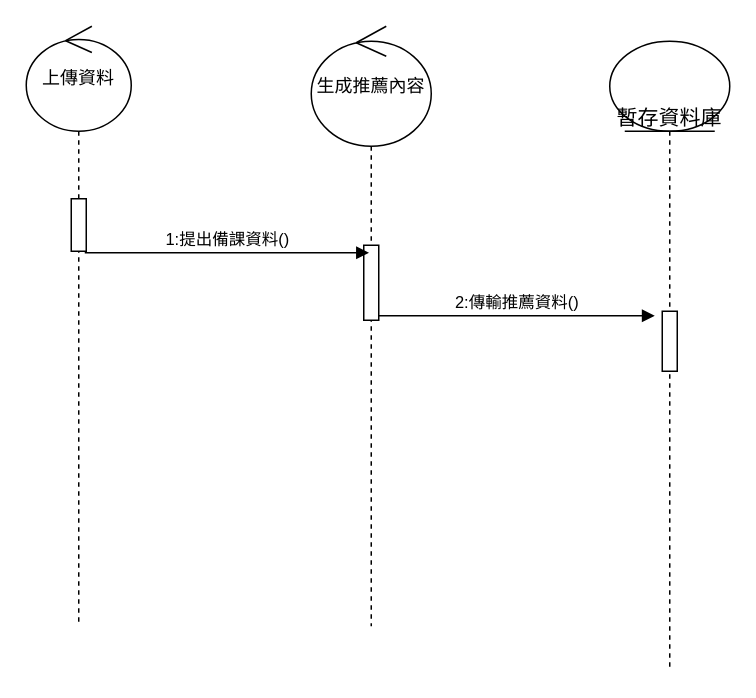
Above: page "老師身分" (1 of 2) of 循序圖(建議資料).drawio in Kevincheng0804/System-analysis (draw.io), before the change. Source tidied: cells renumbered, new cells numbered last; positions are measured from the earlier drawing's top-left corner, leaving out a move shared by most shapes. Both pictures are drawn from the tidied source at 150%, with x=0, y=0 at pixel (26, 26).
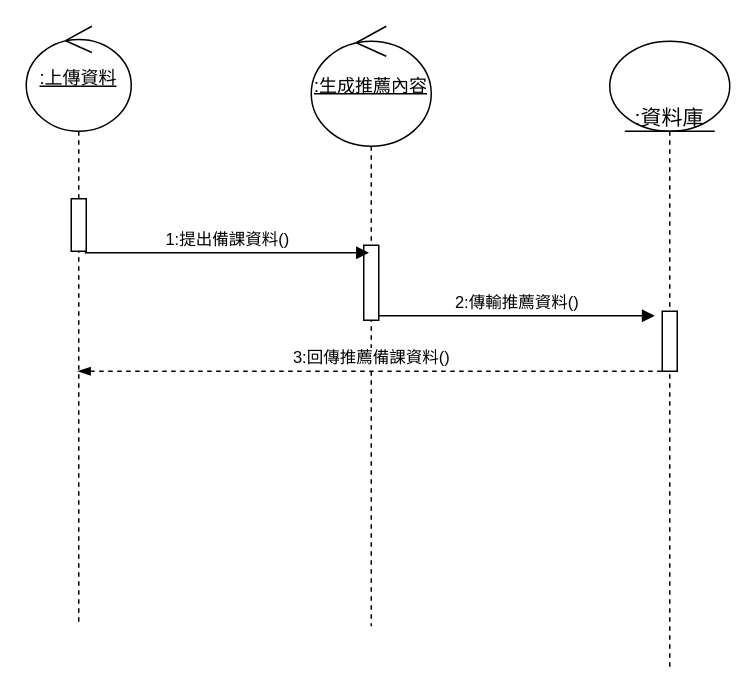
After the change.

Change to the diagram source:
```diff
@@
 <mxGraphModel>
   <root>
     <mxCell id="0" />
     <mxCell id="1" parent="0" />
-    <mxCell id="2" value="上傳資料" style="shape=umlLifeline;perimeter=lifelinePerimeter;whiteSpace=wrap;html=1;outlineConnect=0;portConstraint=eastwest;newEdgeStyle={&quot;curved&quot;:0,&quot;rounded&quot;:0};participant=umlControl;size=70;" parent="1" vertex="1">
+    <mxCell id="2" value="&lt;u&gt;:上傳資料&lt;/u&gt;" style="shape=umlLifeline;perimeter=lifelinePerimeter;whiteSpace=wrap;html=1;outlineConnect=0;portConstraint=eastwest;newEdgeStyle={&quot;curved&quot;:0,&quot;rounded&quot;:0};participant=umlControl;size=70;" parent="1" vertex="1">
       <mxGeometry width="70" height="400" as="geometry" />
     </mxCell>
     <mxCell id="3" style="html=1;perimeter=orthogonalPerimeter;targetShapes=umlLifeline;newEdgeStyle={&quot;curved&quot;:0,&quot;rounded&quot;:0};" parent="2" vertex="1">
       <mxGeometry x="30" y="115" width="10" height="35" as="geometry" />
     </mxCell>
-    <mxCell id="4" value="生成推薦內容" style="shape=umlLifeline;perimeter=lifelinePerimeter;whiteSpace=wrap;html=1;newEdgeStyle={&quot;curved&quot;:0,&quot;rounded&quot;:0};participant=umlControl;size=80;" parent="1" vertex="1">
+    <mxCell id="4" value="&lt;u&gt;:生成推薦內容&lt;/u&gt;" style="shape=umlLifeline;perimeter=lifelinePerimeter;whiteSpace=wrap;html=1;newEdgeStyle={&quot;curved&quot;:0,&quot;rounded&quot;:0};participant=umlControl;size=80;" parent="1" vertex="1">
       <mxGeometry x="190" width="80" height="400" as="geometry" />
     </mxCell>
     <mxCell id="5" style="html=1;perimeter=orthogonalPerimeter;targetShapes=umlLifeline;newEdgeStyle={&quot;curved&quot;:0,&quot;rounded&quot;:0};" parent="4" vertex="1">
       <mxGeometry x="35" y="146" width="10" height="50" as="geometry" />
     </mxCell>
     <mxCell id="6" value="1:提出備課資料()" style="html=1;verticalAlign=bottom;startArrow=none;startFill=0;endArrow=block;startSize=8;" parent="1" edge="1">
       <mxGeometry relative="1" as="geometry">
         <mxPoint x="39" y="151" as="sourcePoint" />
         <mxPoint x="228.5" y="151" as="targetPoint" />
       </mxGeometry>
     </mxCell>
-    <mxCell id="7" value="暫存資料庫" style="shape=umlLifeline;participant=umlEntity;perimeter=lifelinePerimeter;whiteSpace=wrap;html=1;verticalAlign=top;spacingTop=36;fontSize=14;size=60;" parent="1" vertex="1">
+    <mxCell id="7" value=":資料庫" style="shape=umlLifeline;participant=umlEntity;perimeter=lifelinePerimeter;whiteSpace=wrap;html=1;verticalAlign=top;spacingTop=36;fontSize=14;size=60;" parent="1" vertex="1">
       <mxGeometry x="389" y="10" width="80" height="420" as="geometry" />
     </mxCell>
     <mxCell id="8" style="html=1;perimeter=orthogonalPerimeter;" parent="7" vertex="1">
       <mxGeometry x="35" y="180" width="10" height="40" as="geometry" />
     </mxCell>
     <mxCell id="9" value="2:傳輸推薦資料()" style="html=1;verticalAlign=bottom;startArrow=none;startFill=0;endArrow=block;startSize=8;" parent="1" edge="1">
       <mxGeometry relative="1" as="geometry">
         <mxPoint x="234.5" y="193" as="sourcePoint" />
         <mxPoint x="419" y="193" as="targetPoint" />
       </mxGeometry>
     </mxCell>
+    <mxCell id="10" value="3:回傳推薦備課資料()" style="html=1;verticalAlign=bottom;endArrow=none;curved=0;rounded=0;dashed=1;startArrow=blockThin;startFill=1;endFill=0;entryX=-0.015;entryY=1;entryDx=0;entryDy=0;entryPerimeter=0;" parent="1" edge="1" source="2">
+      <mxGeometry relative="1" as="geometry">
+        <mxPoint x="425" y="230" as="targetPoint" />
+      </mxGeometry>
+    </mxCell>
   </root>
 </mxGraphModel>
```
